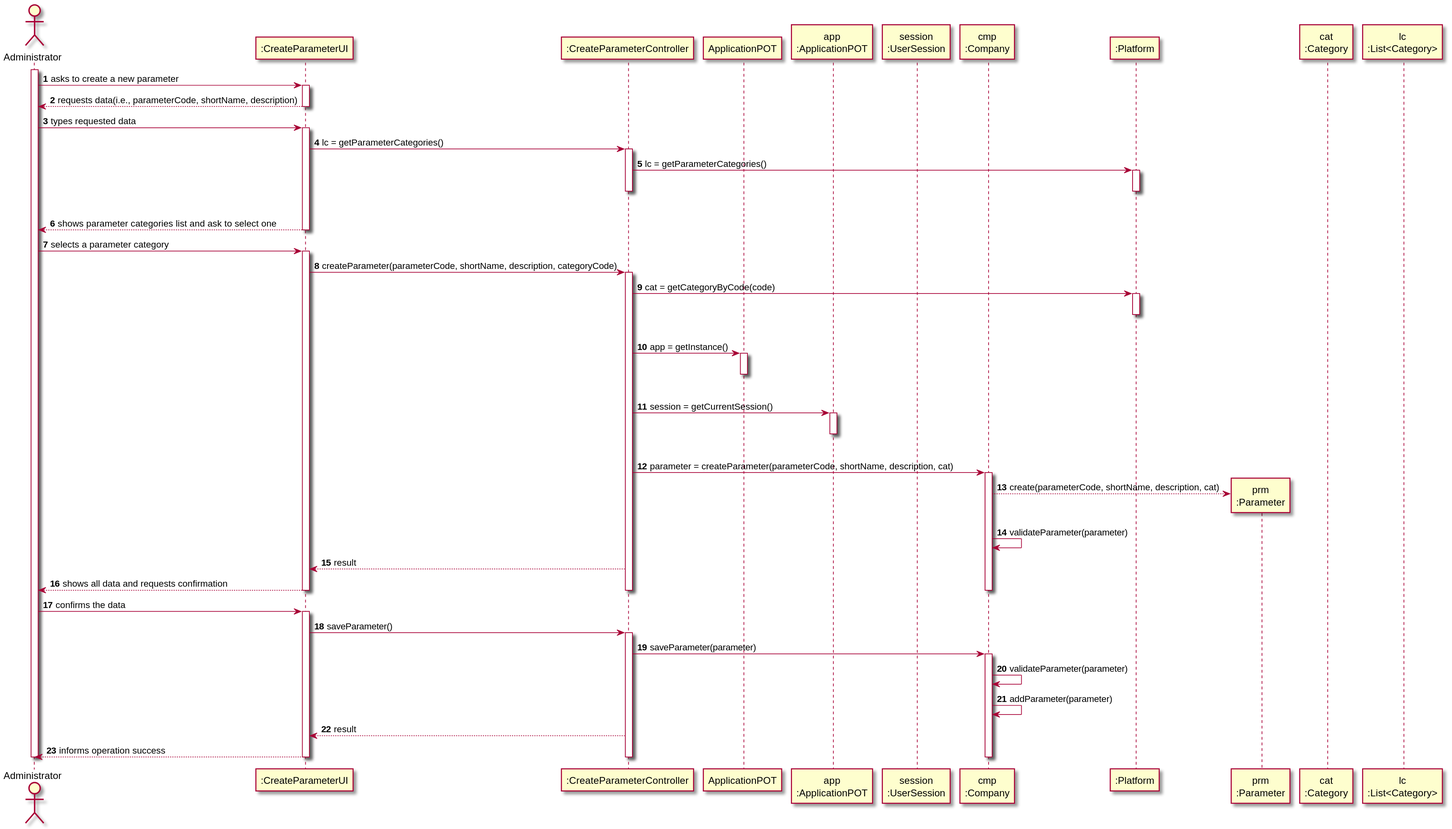
This is docs/SprintB/US_10/US010_SD.svg from ana-albergaria/LAPR2-ISEP, a PlantUML export, as it was before one commit.
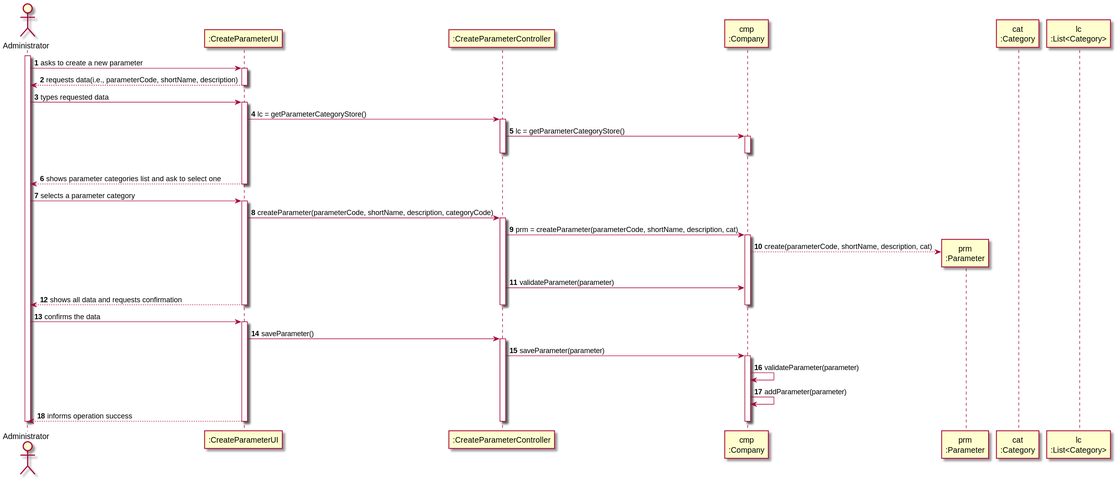
Later version of the same file.

Commit message:
Corrected US10 CD and SD, Corrected US11 SD, Continued US10 Code and Corrected US11 Code.

Diff of the diagram source:
```diff
@@ -4,11 +4,7 @@
 
 participant ":CreateParameterUI" as UI
 participant ":CreateParameterController" as CTRL
-participant "ApplicationPOT" as _APP
-participant "app\n:ApplicationPOT" as APP
-participant "session\n:UserSession" as SESSION
 participant "cmp\n:Company" as CMP
-participant ":Platform" as PLAT
 participant "prm\n:Parameter" as PRM
 participant "cat\n:Category" as CAT
 participant "lc\n:List<Category>" as LIST_CAT
@@ -22,17 +18,17 @@
 ADM -> UI : types requested data
 activate UI
 
-UI -> CTRL : lc = getParameterCategories()
+UI -> CTRL : lc = getParameterCategoryStore()
 activate CTRL
 
-CTRL -> PLAT : lc = getParameterCategories()
-activate PLAT
+CTRL -> CMP : lc = getParameterCategoryStore()
+activate CMP
 |||
-deactivate PLAT
+deactivate CMP
 deactivate CTRL
 
 UI --> ADM : shows parameter categories list and ask to select one
-deactivate PLAT
+deactivate CMP
 deactivate UI
 
 ADM -> UI : selects a parameter category
@@ -41,32 +37,18 @@
 UI -> CTRL : createParameter(parameterCode, shortName, description, categoryCode)
 activate CTRL
 
-CTRL -> PLAT : cat = getCategoryByCode(code)
-activate PLAT
-|||
-deactivate PLAT
 
-CTRL -> _APP: app = getInstance()
-activate _APP
-|||
-deactivate _APP
 
-CTRL -> APP: session = getCurrentSession()
-activate APP
-|||
-deactivate APP
 
-CTRL -> CMP: parameter = createParameter(parameterCode, shortName, description, cat)
+CTRL -> CMP: prm = createParameter(parameterCode, shortName, description, cat)
 activate CMP
 
 CMP --> PRM**: create(parameterCode, shortName, description, cat)
-CMP -> CMP: validateParameter(parameter)
+CTRL -> CMP: validateParameter(parameter)
 
-CTRL --> UI: result
 
 UI --> ADM: shows all data and requests confirmation
 deactivate CMP
-deactivate PLAT
 deactivate CTRL
 deactivate UI
 
@@ -81,7 +63,6 @@
 CMP -> CMP: validateParameter(parameter)
 CMP -> CMP: addParameter(parameter)
 
-CTRL --> UI: result
 
 UI --> ADM : informs operation success
 deactivate CMP
```
